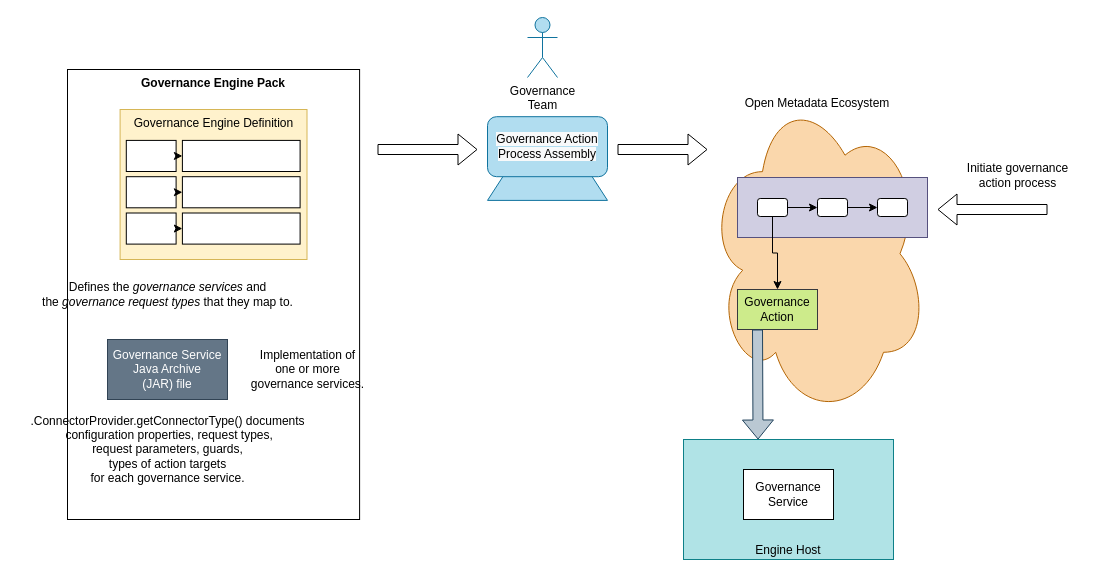
Above: page "governance-action-process-lifecycle" (2 of 4) of site/docs/concepts/governance-engines.drawio in odpi/egeria-docs (draw.io), before the change. Source tidied: cells renumbered, new cells numbered last; positions are measured from the earlier drawing's top-left corner, leaving out a move shared by most shapes. Both pictures are drawn from the tidied source at 100%, with x=0, y=0 at pixel (17, 17).
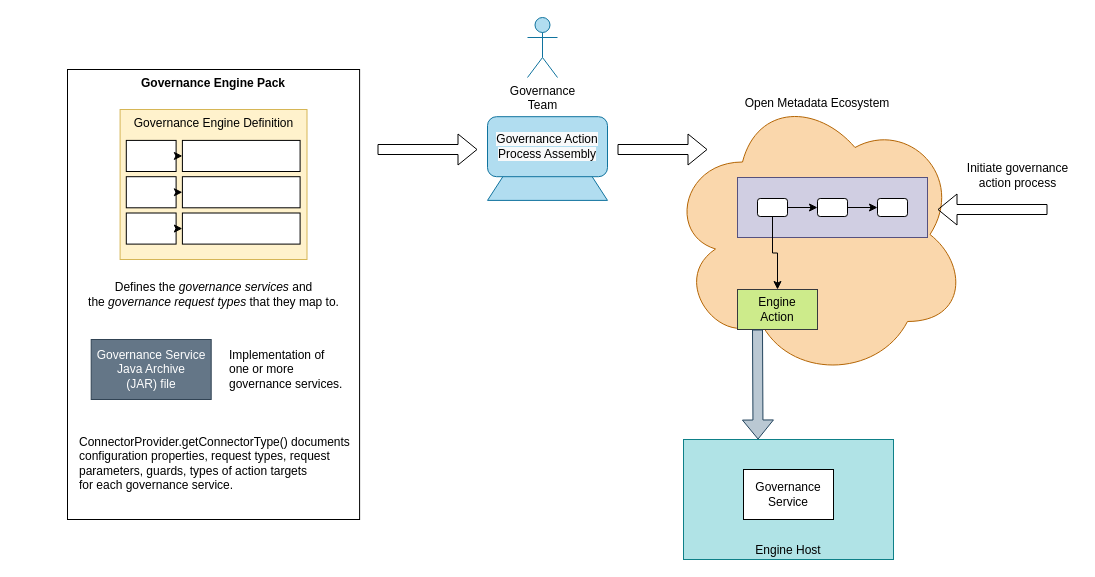
After the change.

Diff of the diagram source:
```diff
@@
     <mxCell id="14" value="Defines the &lt;i&gt;governance services&lt;/i&gt; and&lt;br&gt;the &lt;i&gt;governance request types&lt;/i&gt; that they map to." style="text;html=1;align=center;verticalAlign=middle;strokeColor=none;fillColor=none;" parent="1" vertex="1">
-      <mxGeometry x="15" y="257" width="270" height="40" as="geometry" />
+      <mxGeometry x="61" y="257" width="270" height="40" as="geometry" />
     </mxCell>
     <mxCell id="15" value="Governance Service&lt;br&gt;Java Archive&lt;br&gt;(JAR) file" style="rounded=0;whiteSpace=wrap;html=1;fillColor=#647687;fontColor=#ffffff;strokeColor=#314354;" parent="1" vertex="1">
-      <mxGeometry x="90" y="322" width="120" height="60" as="geometry" />
+      <mxGeometry x="73.7" y="322" width="120" height="60" as="geometry" />
     </mxCell>
-    <mxCell id="16" value=".ConnectorProvider.getConnectorType() documents&lt;br&gt;&amp;nbsp;configuration properties, request types,&lt;br&gt;request parameters, guards,&lt;br&gt;types of action targets&lt;br&gt;for each governance service." style="text;html=1;align=center;verticalAlign=middle;strokeColor=none;fillColor=none;" parent="1" vertex="1">
-      <mxGeometry y="387" width="300" height="90" as="geometry" />
+    <mxCell id="16" value="ConnectorProvider.getConnectorType() documents&lt;br&gt;configuration properties, request types, request &lt;br&gt;parameters, guards, types of action targets&lt;br&gt;for each governance service." style="text;html=1;align=left;verticalAlign=middle;strokeColor=none;fillColor=none;" parent="1" vertex="1">
+      <mxGeometry x="60" y="410.5" width="290" height="70" as="geometry" />
     </mxCell>
@@
     <mxCell id="19" value="Open Metadata Ecosystem" style="ellipse;shape=cloud;whiteSpace=wrap;html=1;fillColor=#fad7ac;strokeColor=#b46504;verticalAlign=top;" parent="1" vertex="1">
-      <mxGeometry x="690" y="72" width="220" height="328.5" as="geometry" />
+      <mxGeometry x="650" y="72" width="300" height="290" as="geometry" />
     </mxCell>
@@
-    <mxCell id="30" value="Governance&lt;br&gt;Action" style="rounded=0;whiteSpace=wrap;html=1;fillColor=#cdeb8b;strokeColor=#36393d;" parent="1" vertex="1">
+    <mxCell id="30" value="Engine&lt;br&gt;Action" style="rounded=0;whiteSpace=wrap;html=1;fillColor=#cdeb8b;strokeColor=#36393d;" parent="1" vertex="1">
       <mxGeometry x="720" y="272" width="80" height="40" as="geometry" />
     </mxCell>
@@
-    <mxCell id="35" value="Implementation of&lt;br&gt;one or more&lt;br&gt;governance services." style="text;html=1;align=center;verticalAlign=middle;strokeColor=none;fillColor=none;" parent="1" vertex="1">
-      <mxGeometry x="220" y="322" width="140" height="60" as="geometry" />
+    <mxCell id="35" value="Implementation of&lt;br&gt;one or more&lt;br&gt;governance services." style="text;html=1;align=left;verticalAlign=middle;strokeColor=none;fillColor=none;" parent="1" vertex="1">
+      <mxGeometry x="210" y="322" width="140" height="60" as="geometry" />
     </mxCell>
```
